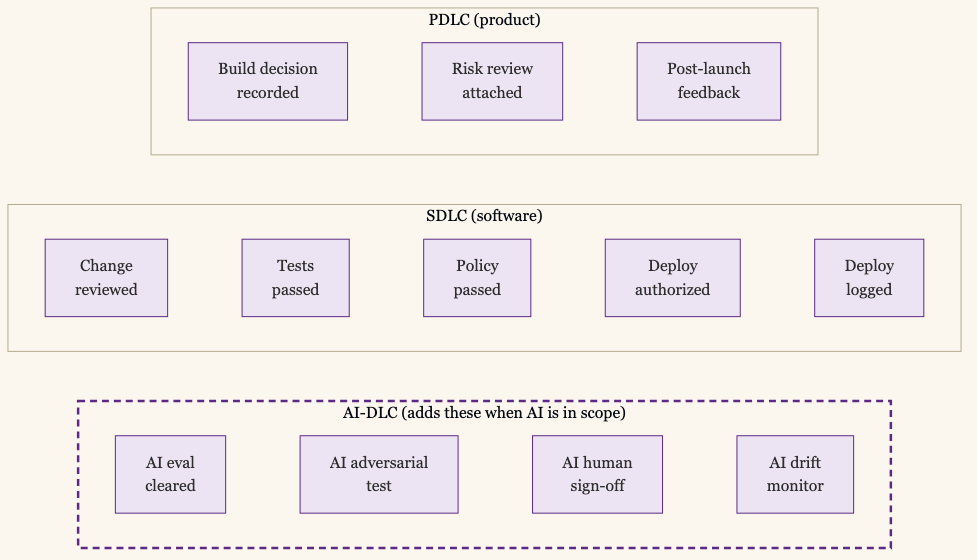
Above: diagram-gates-overview.png in mgoodric/sdlc-control-gates (Mermaid), before the change. Its source is kept beside it as diagram-gates-overview.mmd. The source it was exported from:
```mermaid
%%{init: {'theme':'base','themeVariables':{'fontFamily':'Georgia, serif','primaryColor':'#ECE4F2','primaryBorderColor':'#5B2A86','primaryTextColor':'#2D2D2D','lineColor':'#3A3A3A','secondaryColor':'#F6E7D2','tertiaryColor':'#FBF7EE','clusterBkg':'#FBF7EE','clusterBorder':'#B5A98E','edgeLabelBackground':'#F4EEE2'}}}%%
flowchart TB
  subgraph PDLC["PDLC (product)"]
    direction LR
    P1["Build decision<br/>recorded"] ~~~ P2["Risk review<br/>attached"] ~~~ P3["Post-launch<br/>feedback"]
  end
  subgraph SDLC["SDLC (software)"]
    direction LR
    S1["Change<br/>reviewed"] ~~~ S2["Tests<br/>passed"] ~~~ S3["Policy<br/>passed"] ~~~ S4["Deploy<br/>authorized"] ~~~ S5["Deploy<br/>logged"]
  end
  subgraph AIB["AI-DLC (adds these when AI is in scope)"]
    direction LR
    A1["AI eval<br/>cleared"] ~~~ A2["AI adversarial<br/>test"] ~~~ A3["AI human<br/>sign-off"] ~~~ A4["AI drift<br/>monitor"]
  end
  PDLC ~~~ SDLC ~~~ AIB
  style AIB stroke:#5B2A86,stroke-width:2.5px,stroke-dasharray:7 5
```
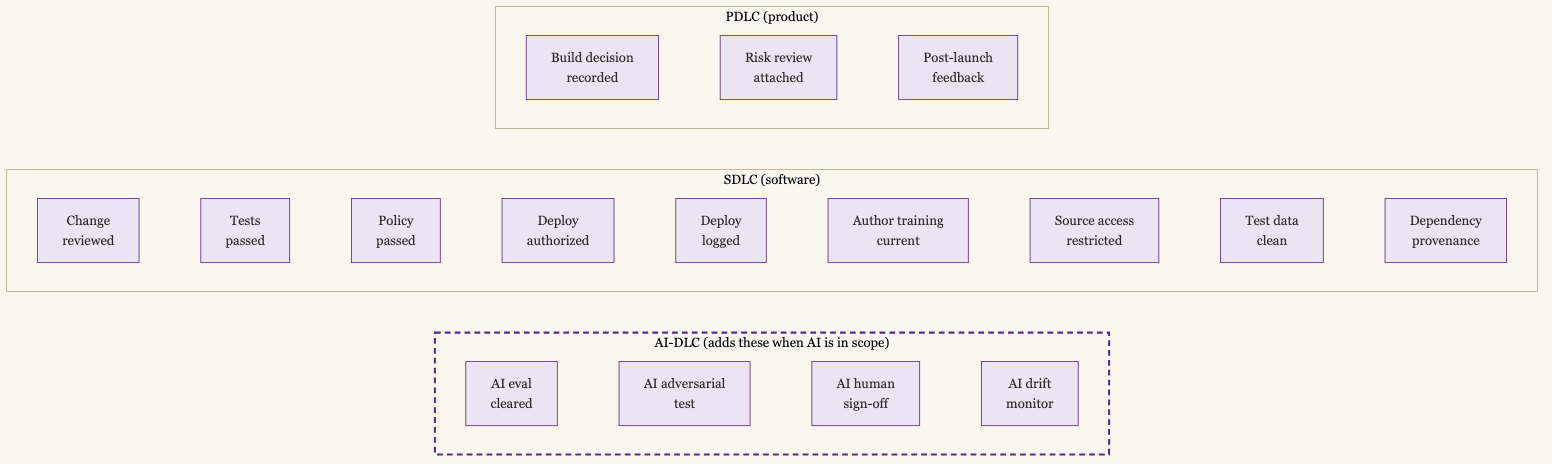
Later version of the same file.

Commit message:
Add four SDLC gates closing the highest-impact framework gaps

Change to the diagram source:
```diff
@@ -6,7 +6,7 @@
   end
   subgraph SDLC["SDLC (software)"]
     direction LR
-    S1["Change<br/>reviewed"] ~~~ S2["Tests<br/>passed"] ~~~ S3["Policy<br/>passed"] ~~~ S4["Deploy<br/>authorized"] ~~~ S5["Deploy<br/>logged"]
+    S1["Change<br/>reviewed"] ~~~ S2["Tests<br/>passed"] ~~~ S3["Policy<br/>passed"] ~~~ S4["Deploy<br/>authorized"] ~~~ S5["Deploy<br/>logged"] ~~~ S6["Author training<br/>current"] ~~~ S7["Source access<br/>restricted"] ~~~ S8["Test data<br/>clean"] ~~~ S9["Dependency<br/>provenance"]
   end
   subgraph AIB["AI-DLC (adds these when AI is in scope)"]
     direction LR
```
